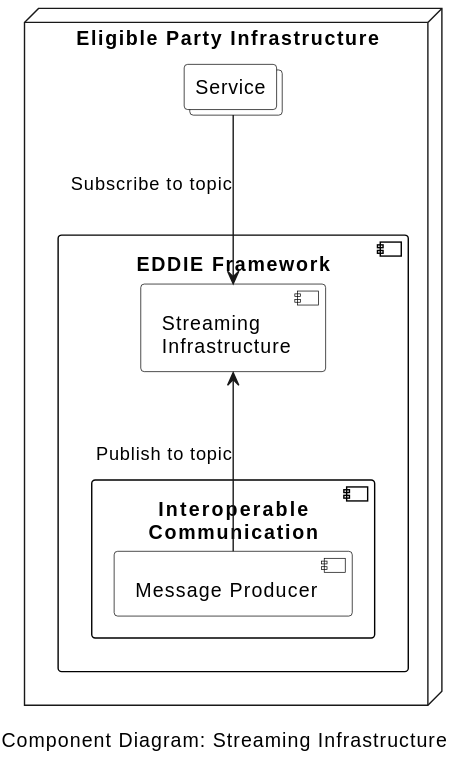
Earlier version of the PlantUML export arc42/05-building-block-view/components/components/streaming-infr/figures/component-diagram-streaming-infr.svg (eddie-energy/architecture).
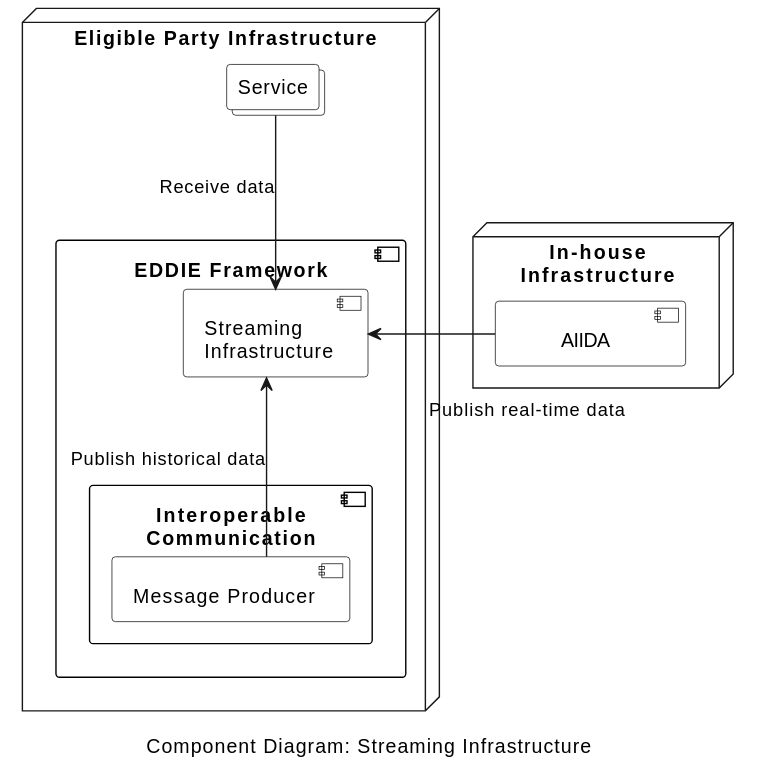
Later version of the same file.

Commit message:
Start adding AIIDA, block view, streamin, reg conn

Change to the diagram source:
```diff
@@ -13,15 +13,23 @@
 
 node "Eligible Party Infrastructure"  as epInfra{
   component "EDDIE Framework" as eddie {
-      component "Interoperable\nCommunication" as comm {
+    component "Interoperable\nCommunication" as comm {
       component "Message Producer" as messageProducer
     }
     component "Streaming\nInfrastructure" as streaming
   }
   collections "Service" as service
 
-  messageProducer --up-> streaming : Publish to topic
-  service --down-> streaming : Subscribe to topic
+  messageProducer --up-> streaming : Publish historical data
+  service --down-> streaming : Receive data
 }
 
+node "In-house\nInfrastructure" {
+  component "\tAIIDA\t" as aiida
+}
+
+
+streaming <-right- aiida  : "\n\n\n          Publish real-time data"
+
+
 @enduml
```
